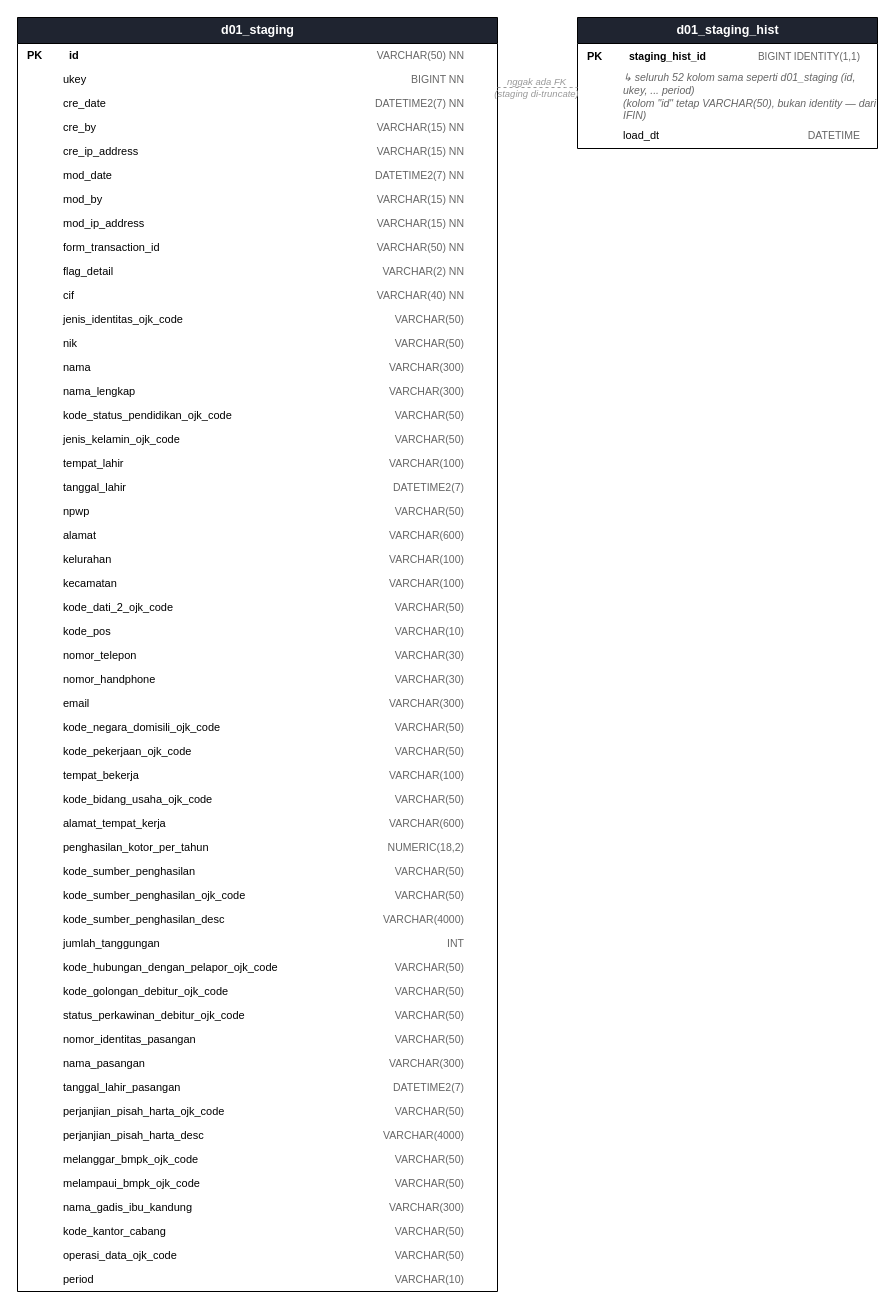
Earlier version of the draw.io diagram diagrams/slik-erd-crowsfoot.drawio (mcellina/flow_process_1). Source tidied: cells renumbered, new cells numbered last; positions are measured from the earlier drawing's top-left corner, leaving out a move shared by most shapes. Both pictures are drawn from the tidied source at 100%, with x=0, y=0 at pixel (17, 17).
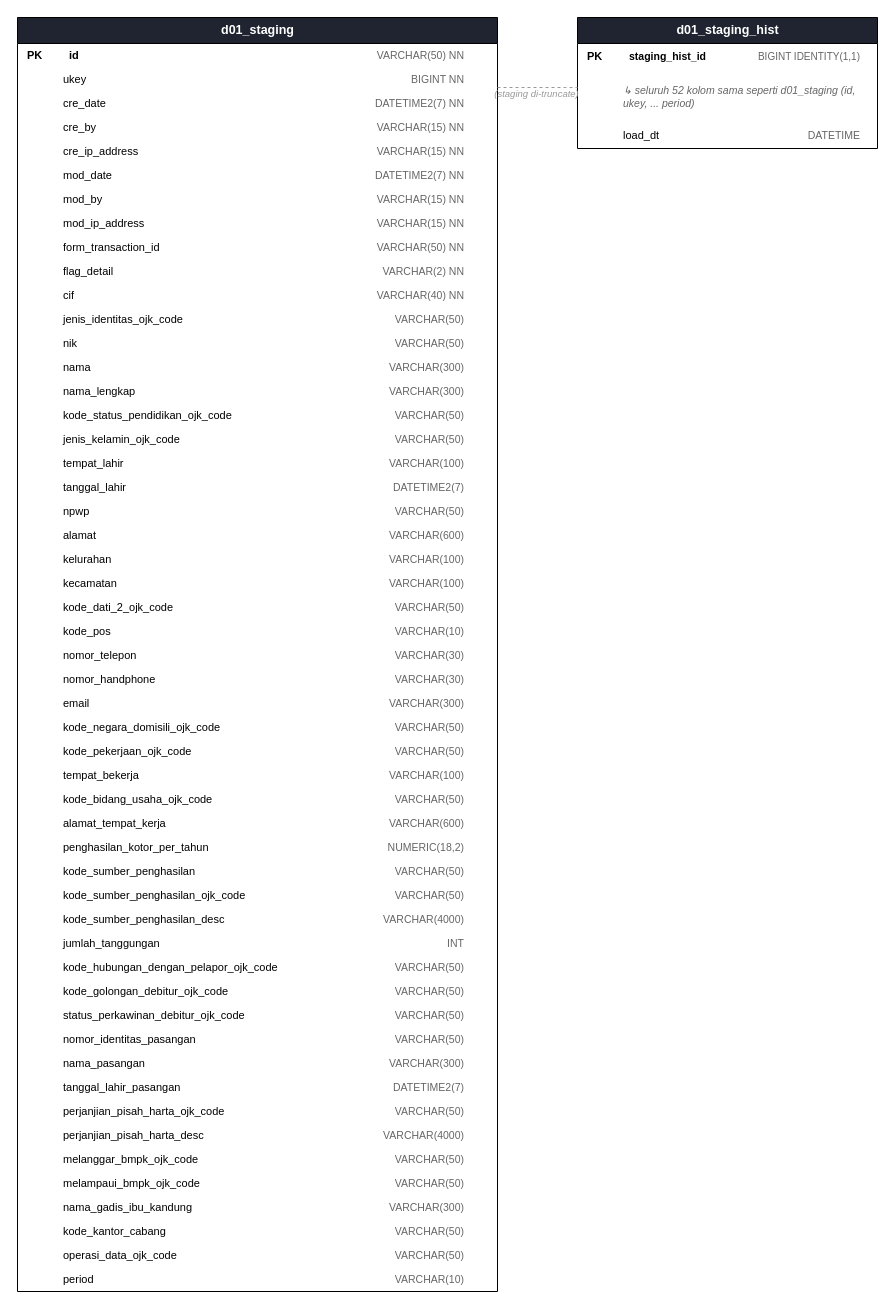
The same page after the edit.

The change refers to these unchanged cells:
```xml
<mxCell id="108" value="d01_staging_hist" style="swimlane;html=1;fontStyle=1;fontColor=#ffffff;fillColor=#1f2430;swimlaneFillColor=#ffffff;fontSize=12.5;align=center;startSize=26;" parent="1" vertex="1">
  <mxGeometry x="560" width="300" height="131" as="geometry" />
</mxCell>
```

Diff of the diagram source:
```diff
@@
-    <mxCell id="112" value="↳ seluruh 52 kolom sama seperti d01_staging (id, ukey, ... period)&#10;   (kolom &quot;id&quot; tetap VARCHAR(50), bukan identity — dari IFIN)" style="text;html=1;align=left;verticalAlign=middle;fontSize=10.5;fontStyle=2;fontColor=#666666;spacingLeft=44;whiteSpace=wrap;" parent="108" vertex="1">
+    <mxCell id="112" value="↳ seluruh 52 kolom sama seperti d01_staging (id, ukey, ... period)" style="text;html=1;align=left;verticalAlign=middle;fontSize=10.5;fontStyle=2;fontColor=#666666;spacingLeft=44;whiteSpace=wrap;" parent="108" vertex="1">
       <mxGeometry y="52" width="300" height="53" as="geometry" />
     </mxCell>
@@
-    <mxCell id="115" value="nggak ada FK&#10;(staging di-truncate)" style="text;html=1;align=center;verticalAlign=middle;fontSize=9.5;fontStyle=2;fontColor=#999999;" parent="1" vertex="1">
+    <mxCell id="115" value="&lt;br&gt;(staging di-truncate)" style="text;html=1;align=center;verticalAlign=middle;fontSize=9.5;fontStyle=2;fontColor=#999999;" parent="1" vertex="1">
       <mxGeometry x="480" y="55" width="78" height="30" as="geometry" />
     </mxCell>
```
